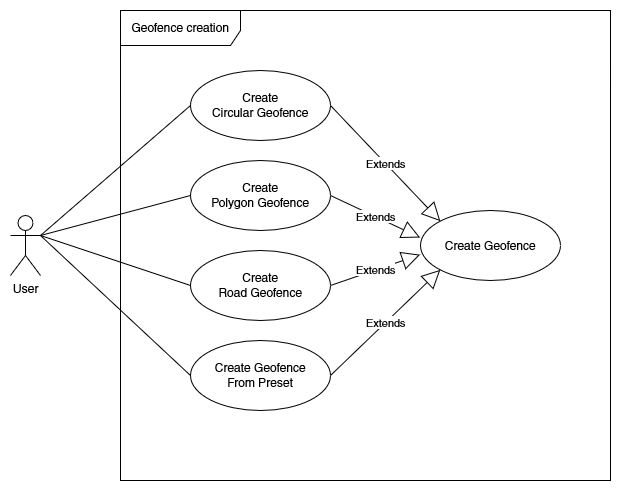
The draw.io diagram source/figures/Use_Cases/Geofence_creation.png in PerziThomas/DA_Perzi_Ambrosch, before a commit. Source tidied: cells renumbered, new cells last; positions are measured from the earlier drawing's top-left corner, leaving out a move shared by most shapes.
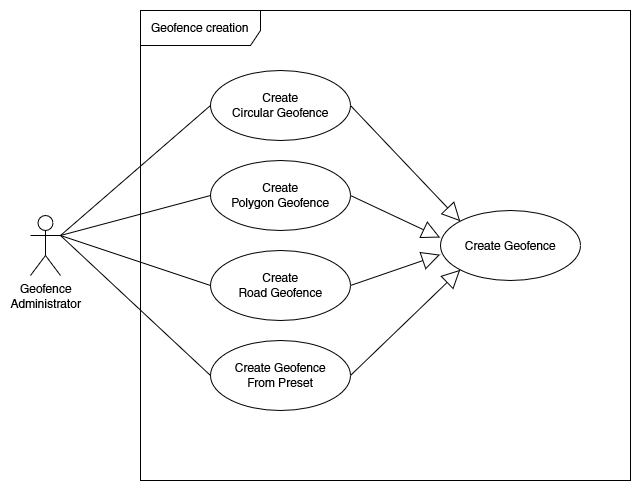
After the commit.

The edit, as a diff of the source:
```diff
@@ -2,7 +2,10 @@
   <root>
     <mxCell id="0" />
     <mxCell id="1" parent="0" />
+    <mxCell id="16" value="Geofence creation" style="shape=umlFrame;whiteSpace=wrap;html=1;width=120;height=35;" parent="1" vertex="1">
+      <mxGeometry x="110" width="490" height="470" as="geometry" />
+    </mxCell>
-    <mxCell id="2" value="User" style="shape=umlActor;verticalLabelPosition=bottom;verticalAlign=top;html=1;" parent="1" vertex="1">
+    <mxCell id="2" value="&lt;div&gt;Geofence&lt;/div&gt;&lt;div&gt;Administrator&lt;/div&gt;" style="shape=umlActor;verticalLabelPosition=bottom;verticalAlign=top;html=1;" parent="1" vertex="1">
       <mxGeometry y="205" width="30" height="60" as="geometry" />
     </mxCell>
     <mxCell id="3" value="Create Geofence" style="ellipse;whiteSpace=wrap;html=1;" parent="1" vertex="1">
@@ -26,7 +29,7 @@
     <mxCell id="9" value="&lt;div&gt;Create Geofence&lt;/div&gt;&lt;div&gt;From Preset&lt;br&gt;&lt;/div&gt;" style="ellipse;whiteSpace=wrap;html=1;" parent="1" vertex="1">
       <mxGeometry x="180" y="330" width="140" height="70" as="geometry" />
     </mxCell>
-    <mxCell id="10" value="Extends" style="endArrow=block;endSize=16;endFill=0;html=1;rounded=0;exitX=1;exitY=0.5;exitDx=0;exitDy=0;entryX=0;entryY=0;entryDx=0;entryDy=0;" parent="1" edge="1" source="5" target="3">
+    <mxCell id="10" style="endArrow=block;endSize=16;endFill=0;html=1;rounded=0;exitX=1;exitY=0.5;exitDx=0;exitDy=0;entryX=0;entryY=0;entryDx=0;entryDy=0;" parent="1" edge="1" source="5" target="3">
       <mxGeometry relative="1" as="geometry" />
     </mxCell>
     <mxCell id="11" style="edgeStyle=none;rounded=0;jettySize=auto;html=1;exitX=0;exitY=0.5;exitDx=0;exitDy=0;entryX=1;entryY=0.3333333333333333;entryDx=0;entryDy=0;entryPerimeter=0;endArrow=none;endFill=0;elbow=vertical;" parent="1" edge="1" source="12" target="2">
@@ -35,17 +38,14 @@
     <mxCell id="12" value="&lt;div&gt;Create&lt;/div&gt;&lt;div&gt;Polygon Geofence&lt;/div&gt;" style="ellipse;whiteSpace=wrap;html=1;" parent="1" vertex="1">
       <mxGeometry x="180" y="150" width="140" height="70" as="geometry" />
     </mxCell>
-    <mxCell id="13" value="Extends" style="endArrow=block;endSize=16;endFill=0;html=1;rounded=0;exitX=1;exitY=0.5;exitDx=0;exitDy=0;entryX=-0.003;entryY=0.386;entryDx=0;entryDy=0;entryPerimeter=0;" parent="1" edge="1" source="12" target="3">
+    <mxCell id="13" style="endArrow=block;endSize=16;endFill=0;html=1;rounded=0;exitX=1;exitY=0.5;exitDx=0;exitDy=0;entryX=-0.003;entryY=0.386;entryDx=0;entryDy=0;entryPerimeter=0;" parent="1" edge="1" source="12" target="3">
       <mxGeometry relative="1" as="geometry" />
     </mxCell>
-    <mxCell id="14" value="Extends" style="endArrow=block;endSize=16;endFill=0;html=1;rounded=0;exitX=1;exitY=0.5;exitDx=0;exitDy=0;entryX=-0.003;entryY=0.631;entryDx=0;entryDy=0;entryPerimeter=0;" parent="1" edge="1" source="7" target="3">
+    <mxCell id="14" style="endArrow=block;endSize=16;endFill=0;html=1;rounded=0;exitX=1;exitY=0.5;exitDx=0;exitDy=0;entryX=-0.003;entryY=0.631;entryDx=0;entryDy=0;entryPerimeter=0;" parent="1" edge="1" source="7" target="3">
       <mxGeometry relative="1" as="geometry" />
     </mxCell>
-    <mxCell id="15" value="Extends" style="endArrow=block;endSize=16;endFill=0;html=1;rounded=0;exitX=1;exitY=0.5;exitDx=0;exitDy=0;entryX=0;entryY=1;entryDx=0;entryDy=0;" parent="1" edge="1" source="9" target="3">
+    <mxCell id="15" style="endArrow=block;endSize=16;endFill=0;html=1;rounded=0;exitX=1;exitY=0.5;exitDx=0;exitDy=0;entryX=0;entryY=1;entryDx=0;entryDy=0;" parent="1" edge="1" source="9" target="3">
       <mxGeometry relative="1" as="geometry" />
     </mxCell>
-    <mxCell id="16" value="Geofence creation" style="shape=umlFrame;whiteSpace=wrap;html=1;width=120;height=35;" parent="1" vertex="1">
-      <mxGeometry x="110" width="490" height="470" as="geometry" />
-    </mxCell>
   </root>
 </mxGraphModel>
```
